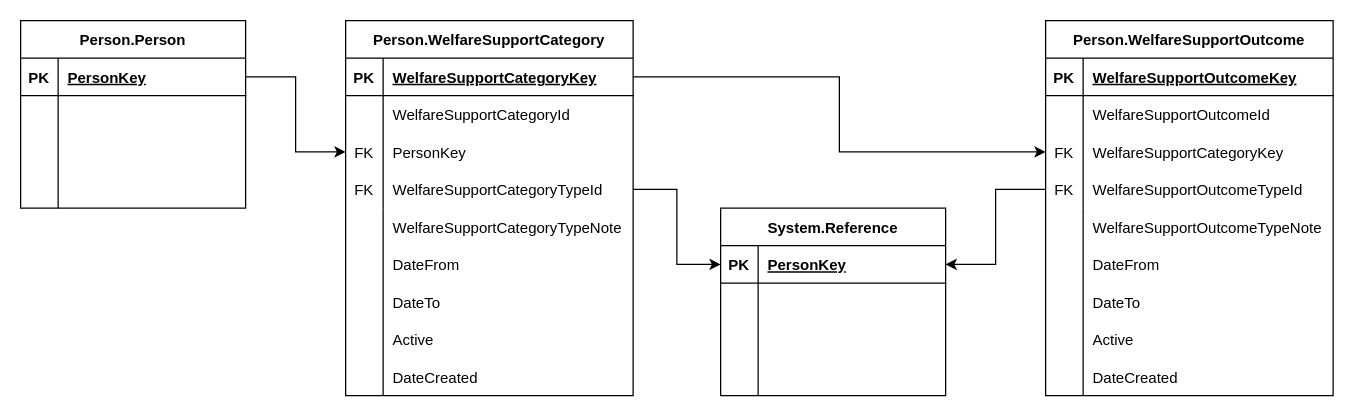
Before: FCA - Vulnerable Customers ERD.drawio in AA-Mike/SqlToolbox, a draw.io diagram. Source tidied: cells renumbered, new cells numbered last; positions are measured from the earlier drawing's top-left corner, leaving out a move shared by most shapes. Both pictures are drawn from the tidied source at 125%, with x=0, y=0 at pixel (20, 20).
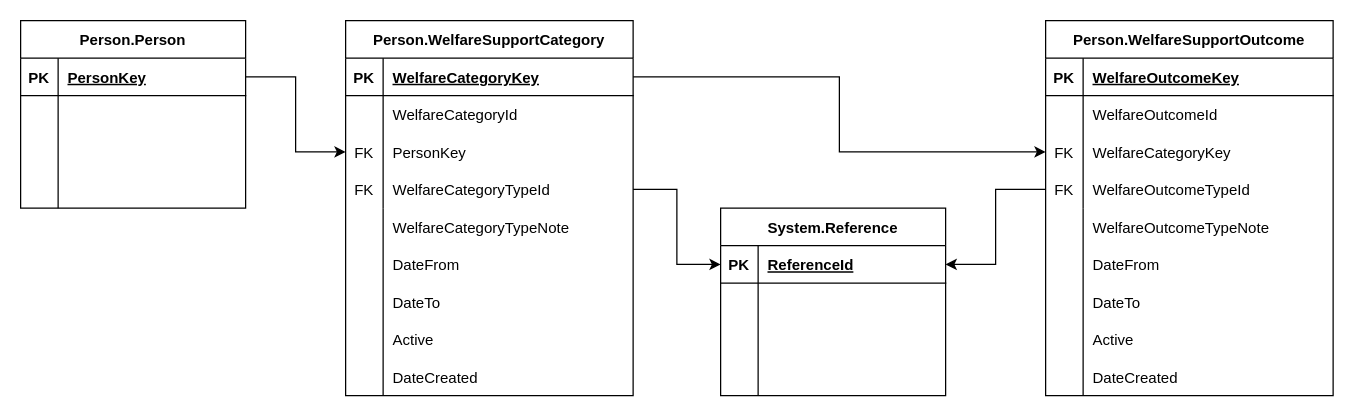
Above is the later version.

Unchanged cells that the change refers to:
```xml
<mxCell id="16" style="shape=tableRow;horizontal=0;startSize=0;swimlaneHead=0;swimlaneBody=0;fillColor=none;points=[[0,0.5],[1,0.5]];portConstraint=eastwest;top=0;left=0;right=0;bottom=1;" parent="15" vertex="1">
  <mxGeometry y="30" width="230" height="30" as="geometry" />
</mxCell>
<mxCell id="19" style="shape=tableRow;horizontal=0;startSize=0;swimlaneHead=0;swimlaneBody=0;fillColor=none;top=0;left=0;right=0;bottom=0;" parent="15" vertex="1">
  <mxGeometry y="60" width="230" height="30" as="geometry" />
</mxCell>
<mxCell id="25" style="shape=tableRow;horizontal=0;startSize=0;swimlaneHead=0;swimlaneBody=0;fillColor=none;points=[[0,0.5],[1,0.5]];portConstraint=eastwest;top=0;left=0;right=0;bottom=0;" parent="15" vertex="1">
  <mxGeometry y="120" width="230" height="30" as="geometry" />
</mxCell>
<mxCell id="30" style="shape=tableRow;horizontal=0;startSize=0;swimlaneHead=0;swimlaneBody=0;fillColor=none;points=[[0,0.5],[1,0.5]];portConstraint=eastwest;top=0;left=0;right=0;bottom=1;" parent="29" vertex="1">
  <mxGeometry y="30" width="180" height="30" as="geometry" />
</mxCell>
<mxCell id="50" style="shape=tableRow;horizontal=0;startSize=0;swimlaneHead=0;swimlaneBody=0;fillColor=none;top=0;left=0;right=0;bottom=1;" parent="49" vertex="1">
  <mxGeometry y="30" width="230" height="30" as="geometry" />
</mxCell>
<mxCell id="53" style="shape=tableRow;horizontal=0;startSize=0;swimlaneHead=0;swimlaneBody=0;fillColor=none;top=0;left=0;right=0;bottom=0;" parent="49" vertex="1">
  <mxGeometry y="60" width="230" height="30" as="geometry" />
</mxCell>
<mxCell id="56" style="shape=tableRow;horizontal=0;startSize=0;swimlaneHead=0;swimlaneBody=0;fillColor=none;points=[[0,0.5],[1,0.5]];portConstraint=eastwest;top=0;left=0;right=0;bottom=0;" parent="49" vertex="1">
  <mxGeometry y="90" width="230" height="30" as="geometry" />
</mxCell>
<mxCell id="59" style="shape=tableRow;horizontal=0;startSize=0;swimlaneHead=0;swimlaneBody=0;fillColor=none;points=[[0,0.5],[1,0.5]];portConstraint=eastwest;top=0;left=0;right=0;bottom=0;" parent="49" vertex="1">
  <mxGeometry y="120" width="230" height="30" as="geometry" />
</mxCell>
```

What changed in the source:
```diff
@@
-    <mxCell id="18" value="WelfareSupportCategoryKey" style="shape=partialRectangle;fillColor=none;top=0;left=0;bottom=0;right=0;align=left;spacingLeft=6;fontStyle=5;overflow=hidden;" parent="16" vertex="1">
+    <mxCell id="18" value="WelfareCategoryKey" style="shape=partialRectangle;fillColor=none;top=0;left=0;bottom=0;right=0;align=left;spacingLeft=6;fontStyle=5;overflow=hidden;" parent="16" vertex="1">
       <mxGeometry x="30" width="200" height="30" as="geometry" />
     </mxCell>
@@
-    <mxCell id="21" value="WelfareSupportCategoryId" style="shape=partialRectangle;fillColor=none;top=0;left=0;bottom=0;right=0;align=left;spacingLeft=6;overflow=hidden;" parent="19" vertex="1">
+    <mxCell id="21" value="WelfareCategoryId" style="shape=partialRectangle;fillColor=none;top=0;left=0;bottom=0;right=0;align=left;spacingLeft=6;overflow=hidden;" parent="19" vertex="1">
       <mxGeometry x="30" width="200" height="30" as="geometry" />
     </mxCell>
@@
-    <mxCell id="27" value="WelfareSupportCategoryTypeId" style="shape=partialRectangle;fillColor=none;top=0;left=0;bottom=0;right=0;align=left;spacingLeft=6;overflow=hidden;" parent="25" vertex="1">
+    <mxCell id="27" value="WelfareCategoryTypeId" style="shape=partialRectangle;fillColor=none;top=0;left=0;bottom=0;right=0;align=left;spacingLeft=6;overflow=hidden;" parent="25" vertex="1">
       <mxGeometry x="30" width="200" height="30" as="geometry" />
     </mxCell>
@@
-    <mxCell id="32" value="PersonKey" style="shape=partialRectangle;fillColor=none;top=0;left=0;bottom=0;right=0;align=left;spacingLeft=6;fontStyle=5;overflow=hidden;" parent="30" vertex="1">
+    <mxCell id="32" value="ReferenceId" style="shape=partialRectangle;fillColor=none;top=0;left=0;bottom=0;right=0;align=left;spacingLeft=6;fontStyle=5;overflow=hidden;" parent="30" vertex="1">
       <mxGeometry x="30" width="150" height="30" as="geometry" />
     </mxCell>
@@
-    <mxCell id="43" value="WelfareSupportCategoryTypeNote" style="shape=partialRectangle;fillColor=none;top=0;left=0;bottom=0;right=0;align=left;spacingLeft=6;overflow=hidden;" parent="1" vertex="1">
+    <mxCell id="43" value="WelfareCategoryTypeNote" style="shape=partialRectangle;fillColor=none;top=0;left=0;bottom=0;right=0;align=left;spacingLeft=6;overflow=hidden;" parent="1" vertex="1">
       <mxGeometry x="290" y="150" width="200" height="30" as="geometry" />
     </mxCell>
@@
-    <mxCell id="52" value="WelfareSupportOutcomeKey" style="shape=partialRectangle;fillColor=none;top=0;left=0;bottom=0;right=0;align=left;spacingLeft=6;fontStyle=5;overflow=hidden;" parent="50" vertex="1">
+    <mxCell id="52" value="WelfareOutcomeKey" style="shape=partialRectangle;fillColor=none;top=0;left=0;bottom=0;right=0;align=left;spacingLeft=6;fontStyle=5;overflow=hidden;" parent="50" vertex="1">
       <mxGeometry x="30" width="200" height="30" as="geometry" />
     </mxCell>
@@
-    <mxCell id="55" value="WelfareSupportOutcomeId" style="shape=partialRectangle;fillColor=none;top=0;left=0;bottom=0;right=0;align=left;spacingLeft=6;overflow=hidden;" parent="53" vertex="1">
+    <mxCell id="55" value="WelfareOutcomeId" style="shape=partialRectangle;fillColor=none;top=0;left=0;bottom=0;right=0;align=left;spacingLeft=6;overflow=hidden;" parent="53" vertex="1">
       <mxGeometry x="30" width="200" height="30" as="geometry" />
     </mxCell>
@@
-    <mxCell id="58" value="WelfareSupportCategoryKey" style="shape=partialRectangle;fillColor=none;top=0;left=0;bottom=0;right=0;align=left;spacingLeft=6;overflow=hidden;" parent="56" vertex="1">
+    <mxCell id="58" value="WelfareCategoryKey" style="shape=partialRectangle;fillColor=none;top=0;left=0;bottom=0;right=0;align=left;spacingLeft=6;overflow=hidden;" parent="56" vertex="1">
       <mxGeometry x="30" width="200" height="30" as="geometry" />
     </mxCell>
@@
-    <mxCell id="61" value="WelfareSupportOutcomeTypeId" style="shape=partialRectangle;fillColor=none;top=0;left=0;bottom=0;right=0;align=left;spacingLeft=6;overflow=hidden;" parent="59" vertex="1">
+    <mxCell id="61" value="WelfareOutcomeTypeId" style="shape=partialRectangle;fillColor=none;top=0;left=0;bottom=0;right=0;align=left;spacingLeft=6;overflow=hidden;" parent="59" vertex="1">
       <mxGeometry x="30" width="200" height="30" as="geometry" />
     </mxCell>
-    <mxCell id="62" value="WelfareSupportOutcomeTypeNote" style="shape=partialRectangle;fillColor=none;top=0;left=0;bottom=0;right=0;align=left;spacingLeft=6;overflow=hidden;" parent="1" vertex="1">
+    <mxCell id="62" value="WelfareOutcomeTypeNote" style="shape=partialRectangle;fillColor=none;top=0;left=0;bottom=0;right=0;align=left;spacingLeft=6;overflow=hidden;" parent="1" vertex="1">
       <mxGeometry x="850" y="150" width="200" height="30" as="geometry" />
     </mxCell>
```
